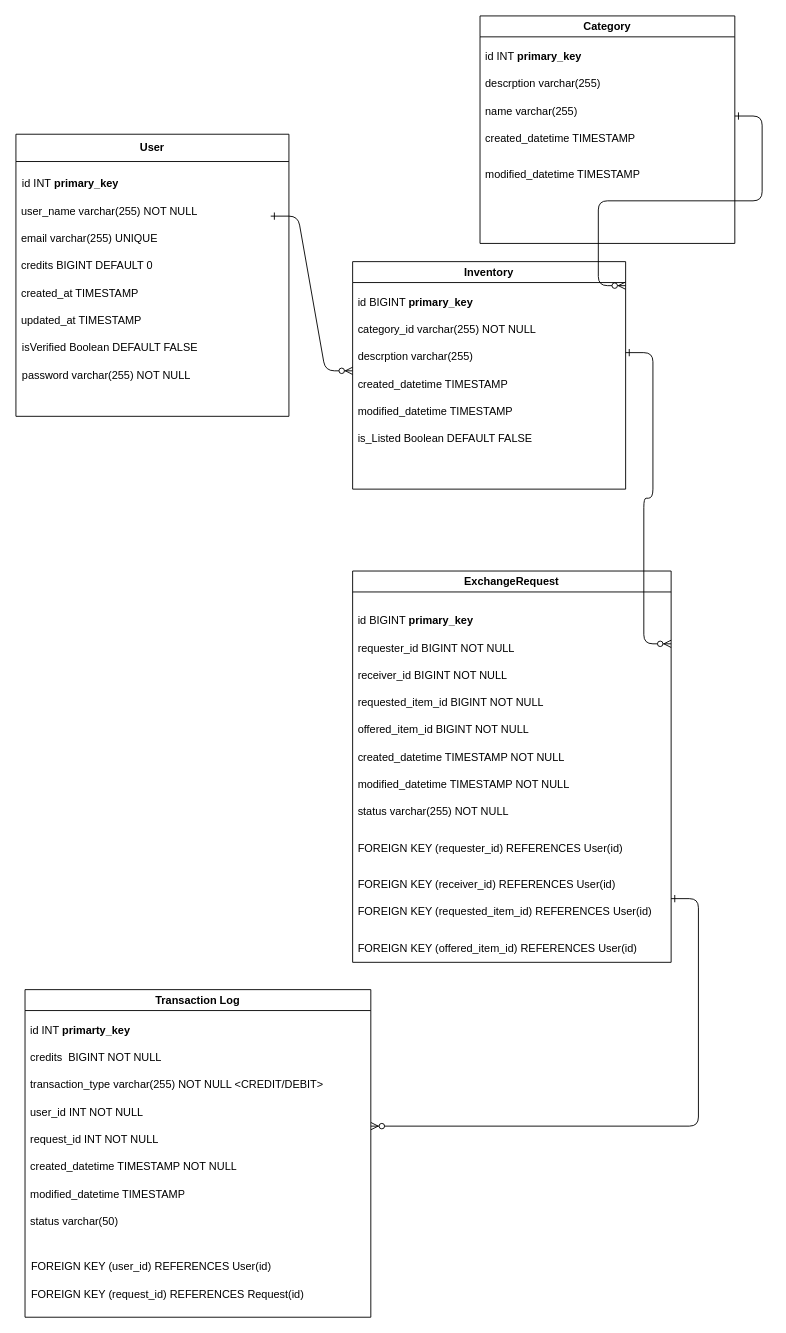
Earlier version of the draw.io diagram ExchangePlatform.drawio (shweta-code/hld). Source tidied: cells renumbered, new cells numbered last; positions are measured from the earlier drawing's top-left corner, leaving out a move shared by most shapes. Both pictures are drawn from the tidied source at 91%, with x=0, y=0 at pixel (15, 15).
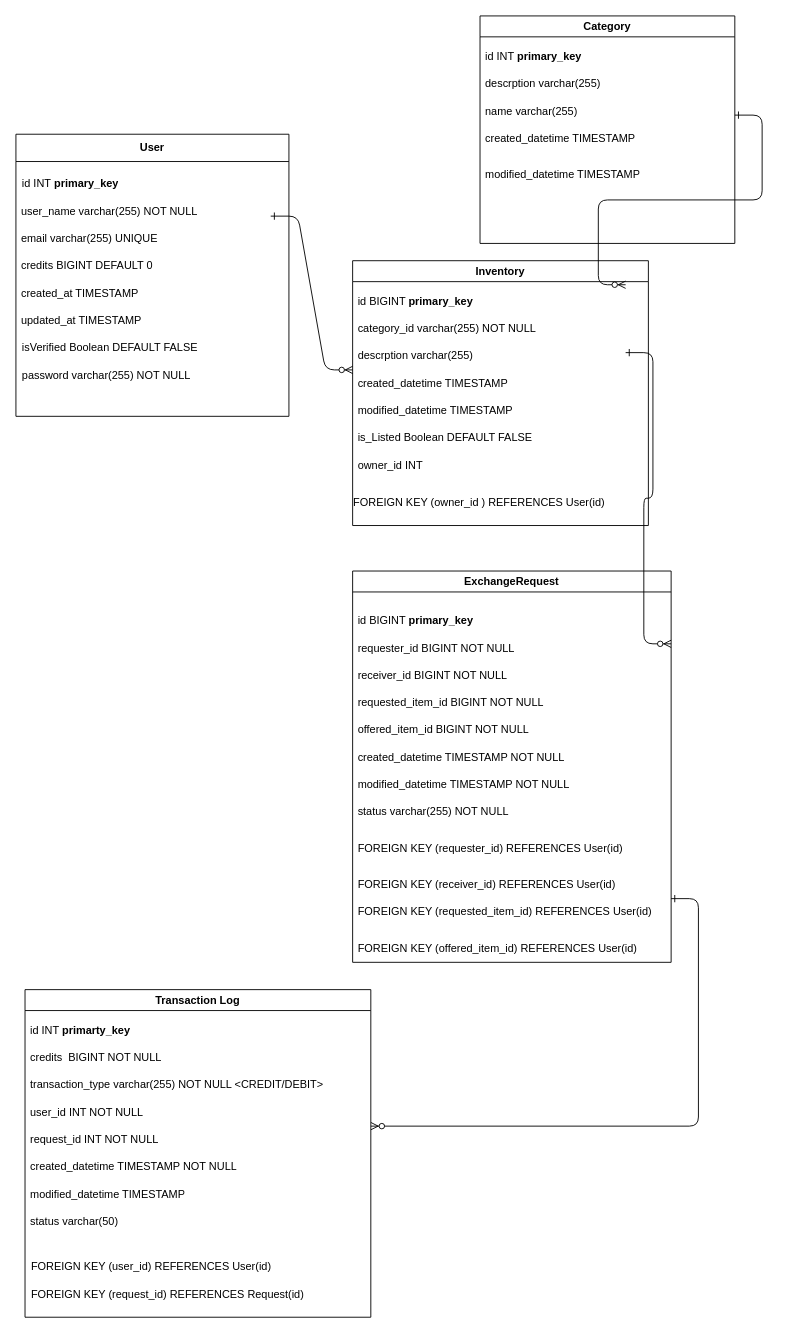
The same page after the edit.

Diff of the diagram source:
```diff
@@
     <mxCell id="13" value="Inventory" style="swimlane;whiteSpace=wrap;html=1;startSize=23;" parent="1" vertex="1">
-      <mxGeometry x="370" y="270" width="300" height="250" as="geometry" />
+      <mxGeometry x="370" y="269" width="325" height="291" as="geometry" />
     </mxCell>
@@
+    <mxCell id="53" value="owner_id INT&amp;nbsp;" style="text;strokeColor=none;fillColor=none;align=left;verticalAlign=middle;spacingLeft=4;spacingRight=4;overflow=hidden;whiteSpace=wrap;html=1;" parent="13" vertex="1">
+      <mxGeometry y="210" width="280" height="30" as="geometry" />
+    </mxCell>
+    <mxCell id="54" value="FOREIGN KEY (owner_id&amp;nbsp;) REFERENCES User(id)" style="text;strokeColor=none;fillColor=none;align=left;verticalAlign=middle;spacingLeft=4;spacingRight=4;overflow=hidden;whiteSpace=wrap;html=1;" parent="13" vertex="1">
+      <mxGeometry x="-5" y="251" width="330" height="30" as="geometry" />
+    </mxCell>
```
